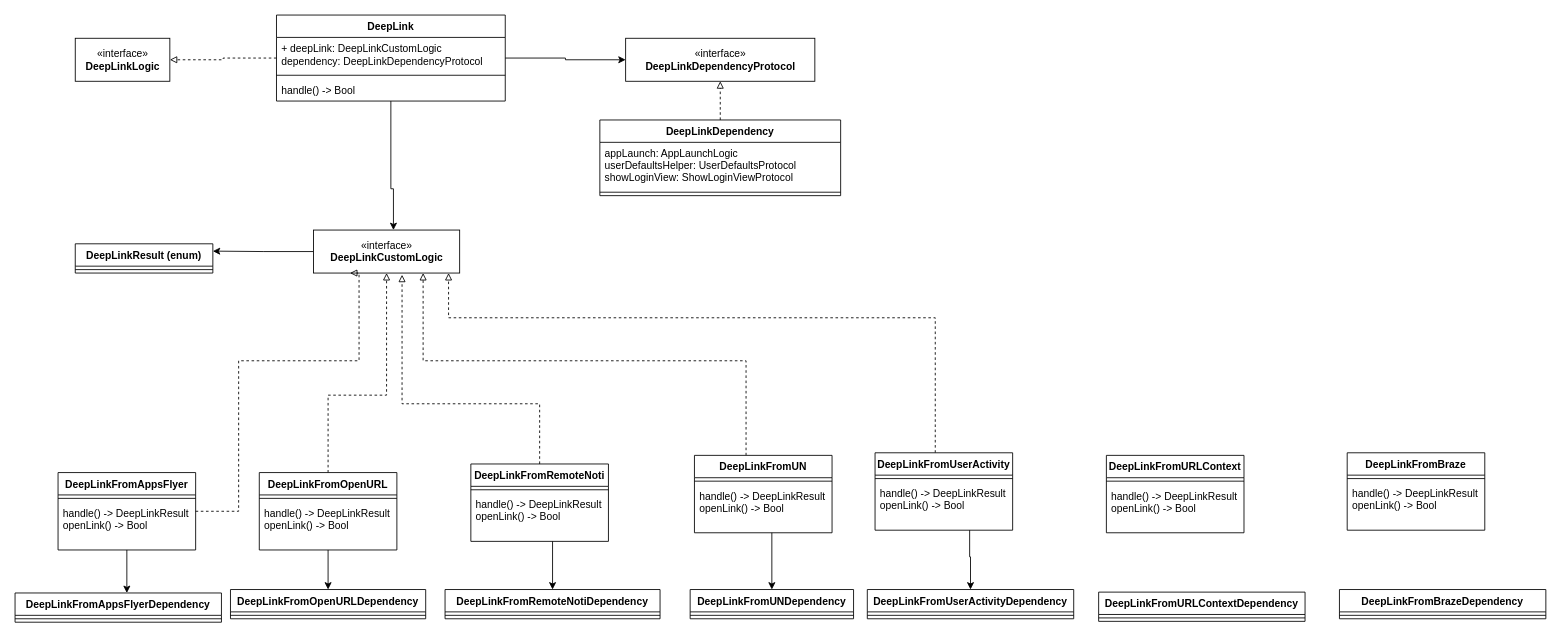
Earlier version of the draw.io diagram page "Page-1" (1 of 2) of refactoringDeeplinking.drawio (gookhee/diagrams). Source tidied: cells renumbered, new cells numbered last; positions are measured from the earlier drawing's top-left corner, leaving out a move shared by most shapes. Both pictures are drawn from the tidied source at 86%, with x=0, y=0 at pixel (15, 15).
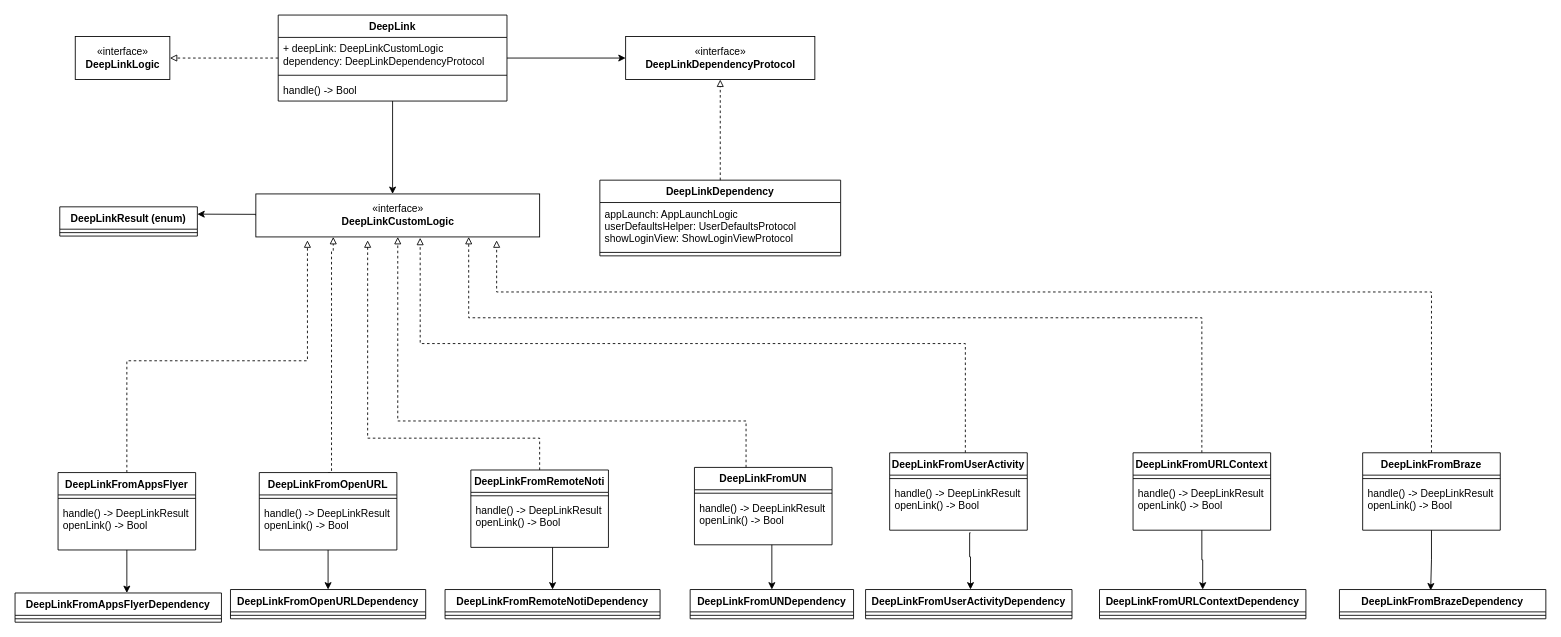
The same page after the edit.

The change refers to these unchanged cells:
```xml
<mxCell id="20" value="DeepLinkFromAppsFlyer" style="swimlane;fontStyle=1;align=center;verticalAlign=top;horizontal=1;startSize=26;" parent="1" vertex="1">
  <mxGeometry x="50" y="532" width="160" height="90" as="geometry" />
</mxCell>
<mxCell id="26" value="handle() -&gt; DeepLinkResult&#10;openLink() -&gt; Bool" style="text;strokeColor=none;fillColor=none;align=left;verticalAlign=top;spacingLeft=4;spacingRight=4;overflow=hidden;points=[[0,0.5],[1,0.5]];portConstraint=eastwest;" parent="24" vertex="1">
  <mxGeometry y="34" width="160" height="56" as="geometry" />
</mxCell>
<mxCell id="29" value="DeepLinkFromOpenURL" style="swimlane;fontStyle=1;align=center;verticalAlign=top;horizontal=1;startSize=26;" parent="1" vertex="1">
  <mxGeometry x="284" y="532" width="160" height="90" as="geometry" />
</mxCell>
<mxCell id="62" value="DeepLinkFromBrazeDependency" style="swimlane;fontStyle=1;align=center;verticalAlign=top;horizontal=1;startSize=26;" parent="1" vertex="1">
  <mxGeometry x="1540" y="668" width="240" height="34" as="geometry" />
</mxCell>
```

Change to the diagram source:
```diff
@@
     <mxCell id="3" style="edgeStyle=orthogonalEdgeStyle;rounded=0;jettySize=auto;html=1;endArrow=classic;endFill=1;" parent="1" edge="1" source="5" target="11">
       <mxGeometry relative="1" as="geometry">
         <Array as="points">
-          <mxPoint x="437" y="202" />
-          <mxPoint x="440" y="202" />
+          <mxPoint x="437" y="232" />
+          <mxPoint x="437" y="232" />
         </Array>
       </mxGeometry>
     </mxCell>
@@
     <mxCell id="5" value="DeepLink" style="swimlane;fontStyle=1;align=center;verticalAlign=top;horizontal=1;startSize=26;" parent="1" vertex="1">
-      <mxGeometry x="304" width="266" height="100" as="geometry" />
+      <mxGeometry x="306" width="266" height="100" as="geometry" />
     </mxCell>
@@
     <mxCell id="9" value="«interface»&lt;br&gt;&lt;b&gt;DeepLinkLogic&lt;/b&gt;" style="html=1;" parent="1" vertex="1">
-      <mxGeometry x="70" y="27" width="110" height="50" as="geometry" />
+      <mxGeometry x="70" y="25" width="110" height="50" as="geometry" />
     </mxCell>
-    <mxCell id="10" style="edgeStyle=orthogonalEdgeStyle;rounded=0;jettySize=auto;html=1;entryX=1;entryY=0.25;entryDx=0;entryDy=0;" parent="1" edge="1" source="11" target="12">
-      <mxGeometry relative="1" as="geometry" />
+    <mxCell id="10" style="edgeStyle=orthogonalEdgeStyle;rounded=0;jettySize=auto;html=1;entryX=1;entryY=0.25;entryDx=0;entryDy=0;exitX=0;exitY=0.5;exitDx=0;exitDy=0;" parent="1" edge="1" source="11" target="12">
+      <mxGeometry relative="1" as="geometry">
+        <Array as="points">
+          <mxPoint x="349" y="232" />
+          <mxPoint x="208" y="232" />
+        </Array>
+      </mxGeometry>
     </mxCell>
     <mxCell id="11" value="«interface»&lt;br&gt;&lt;b&gt;DeepLinkCustomLogic&lt;/b&gt;" style="html=1;" parent="1" vertex="1">
-      <mxGeometry x="347" y="250" width="170" height="50" as="geometry" />
+      <mxGeometry x="280" y="208" width="330" height="50" as="geometry" />
     </mxCell>
     <mxCell id="12" value="DeepLinkResult (enum)" style="swimlane;fontStyle=1;align=center;verticalAlign=top;horizontal=1;startSize=26;" parent="1" vertex="1">
-      <mxGeometry x="70" y="266" width="160" height="34" as="geometry" />
+      <mxGeometry x="52" y="223" width="160" height="34" as="geometry" />
     </mxCell>
@@
     <mxCell id="14" value="DeepLinkDependency" style="swimlane;fontStyle=1;align=center;verticalAlign=top;horizontal=1;startSize=26;" parent="1" vertex="1">
-      <mxGeometry x="680" y="122" width="280" height="88" as="geometry" />
+      <mxGeometry x="680" y="192" width="280" height="88" as="geometry" />
     </mxCell>
@@
     <mxCell id="17" value="«interface»&lt;br&gt;&lt;b&gt;DeepLinkDependencyProtocol&lt;/b&gt;" style="html=1;" parent="1" vertex="1">
-      <mxGeometry x="710" y="27" width="220" height="50" as="geometry" />
+      <mxGeometry x="710" y="25" width="220" height="50" as="geometry" />
     </mxCell>
@@
-    <mxCell id="19" style="edgeStyle=orthogonalEdgeStyle;rounded=0;jettySize=auto;html=1;endArrow=block;endFill=0;dashed=1;entryX=0.25;entryY=1;entryDx=0;entryDy=0;" parent="1" edge="1" source="20" target="11">
+    <mxCell id="19" style="edgeStyle=orthogonalEdgeStyle;rounded=0;jettySize=auto;html=1;endArrow=block;endFill=0;dashed=1;" parent="1" edge="1" source="20">
       <mxGeometry relative="1" as="geometry">
+        <mxPoint x="340" y="262" as="targetPoint" />
         <Array as="points">
-          <mxPoint x="260" y="577" />
-          <mxPoint x="260" y="402" />
-          <mxPoint x="400" y="402" />
-          <mxPoint x="400" y="300" />
+          <mxPoint x="130" y="402" />
+          <mxPoint x="340" y="402" />
         </Array>
       </mxGeometry>
     </mxCell>
@@
-    <mxCell id="23" style="edgeStyle=orthogonalEdgeStyle;rounded=0;jettySize=auto;html=1;entryX=0.924;entryY=1;entryDx=0;entryDy=0;entryPerimeter=0;dashed=1;endArrow=block;endFill=0;" parent="1" edge="1" source="24" target="11">
+    <mxCell id="23" style="edgeStyle=orthogonalEdgeStyle;rounded=0;jettySize=auto;html=1;dashed=1;endArrow=block;endFill=0;entryX=0.579;entryY=1.02;entryDx=0;entryDy=0;entryPerimeter=0;" parent="1" edge="1" target="11">
       <mxGeometry relative="1" as="geometry">
+        <mxPoint x="1105" y="509" as="sourcePoint" />
         <Array as="points">
-          <mxPoint x="1070" y="352" />
-          <mxPoint x="504" y="352" />
+          <mxPoint x="1105" y="382" />
+          <mxPoint x="471" y="382" />
         </Array>
       </mxGeometry>
     </mxCell>
     <mxCell id="24" value="DeepLinkFromUserActivity" style="swimlane;fontStyle=1;align=center;verticalAlign=top;horizontal=1;startSize=26;" parent="1" vertex="1">
-      <mxGeometry x="1000" y="509" width="160" height="90" as="geometry" />
+      <mxGeometry x="1017" y="509" width="160" height="90" as="geometry" />
     </mxCell>
@@
-    <mxCell id="28" style="edgeStyle=orthogonalEdgeStyle;rounded=0;jettySize=auto;html=1;dashed=1;endArrow=block;endFill=0;entryX=0.5;entryY=1;entryDx=0;entryDy=0;" parent="1" edge="1" source="29" target="11">
+    <mxCell id="28" style="edgeStyle=orthogonalEdgeStyle;rounded=0;jettySize=auto;html=1;dashed=1;endArrow=block;endFill=0;entryX=0.5;entryY=1;entryDx=0;entryDy=0;exitX=0.5;exitY=0;exitDx=0;exitDy=0;" parent="1" edge="1" source="29">
       <mxGeometry relative="1" as="geometry">
+        <mxPoint x="370" y="258" as="targetPoint" />
         <Array as="points">
-          <mxPoint x="364" y="442" />
-          <mxPoint x="432" y="442" />
+          <mxPoint x="368" y="532" />
+          <mxPoint x="368" y="275" />
+          <mxPoint x="370" y="275" />
         </Array>
       </mxGeometry>
     </mxCell>
@@
     <mxCell id="32" style="edgeStyle=orthogonalEdgeStyle;rounded=0;jettySize=auto;html=1;dashed=1;endArrow=block;endFill=0;" parent="1" edge="1" source="33">
       <mxGeometry relative="1" as="geometry">
-        <mxPoint x="450" y="302" as="targetPoint" />
+        <mxPoint x="410" y="262" as="targetPoint" />
         <Array as="points">
-          <mxPoint x="610" y="452" />
-          <mxPoint x="450" y="452" />
+          <mxPoint x="610" y="492" />
+          <mxPoint x="410" y="492" />
         </Array>
       </mxGeometry>
     </mxCell>
     <mxCell id="33" value="DeepLinkFromRemoteNoti" style="swimlane;fontStyle=1;align=center;verticalAlign=top;horizontal=1;startSize=26;" parent="1" vertex="1">
-      <mxGeometry x="530" y="522" width="160" height="90" as="geometry" />
+      <mxGeometry x="530" y="529" width="160" height="90" as="geometry" />
     </mxCell>
@@
-    <mxCell id="36" style="edgeStyle=orthogonalEdgeStyle;rounded=0;jettySize=auto;html=1;entryX=0.75;entryY=1;entryDx=0;entryDy=0;dashed=1;endArrow=block;endFill=0;" parent="1" edge="1" source="37" target="11">
+    <mxCell id="36" style="edgeStyle=orthogonalEdgeStyle;rounded=0;jettySize=auto;html=1;entryX=0.5;entryY=1;entryDx=0;entryDy=0;dashed=1;endArrow=block;endFill=0;" parent="1" edge="1" source="37" target="11">
       <mxGeometry relative="1" as="geometry">
         <Array as="points">
-          <mxPoint x="850" y="402" />
-          <mxPoint x="475" y="402" />
+          <mxPoint x="850" y="472" />
+          <mxPoint x="445" y="472" />
         </Array>
       </mxGeometry>
     </mxCell>
     <mxCell id="37" value="DeepLinkFromUN" style="swimlane;fontStyle=1;align=center;verticalAlign=top;horizontal=1;startSize=26;" parent="1" vertex="1">
-      <mxGeometry x="790" y="512" width="160" height="90" as="geometry" />
+      <mxGeometry x="790" y="526" width="160" height="90" as="geometry" />
     </mxCell>
@@
     <mxCell id="42" value="DeepLinkFromUserActivityDependency" style="swimlane;fontStyle=1;align=center;verticalAlign=top;horizontal=1;startSize=26;" parent="1" vertex="1">
-      <mxGeometry x="991" y="668" width="240" height="34" as="geometry" />
+      <mxGeometry x="989" y="668" width="240" height="34" as="geometry" />
     </mxCell>
@@
-    <mxCell id="53" style="edgeStyle=orthogonalEdgeStyle;rounded=0;jettySize=auto;html=1;endArrow=classic;endFill=1;" parent="1" edge="1" source="26" target="42">
+    <mxCell id="53" style="edgeStyle=orthogonalEdgeStyle;rounded=0;jettySize=auto;html=1;endArrow=classic;endFill=1;" parent="1" edge="1" target="42">
       <mxGeometry relative="1" as="geometry">
+        <mxPoint x="1111" y="602" as="sourcePoint" />
         <Array as="points">
           <mxPoint x="1110" y="630" />
           <mxPoint x="1111" y="630" />
         </Array>
       </mxGeometry>
     </mxCell>
+    <mxCell id="64" style="edgeStyle=orthogonalEdgeStyle;rounded=0;jettySize=auto;html=1;entryX=0.75;entryY=1;entryDx=0;entryDy=0;dashed=1;endArrow=block;endFill=0;" parent="1" edge="1" source="54" target="11">
+      <mxGeometry relative="1" as="geometry">
+        <Array as="points">
+          <mxPoint x="1380" y="352" />
+          <mxPoint x="528" y="352" />
+        </Array>
+      </mxGeometry>
+    </mxCell>
+    <mxCell id="65" style="edgeStyle=orthogonalEdgeStyle;rounded=0;jettySize=auto;html=1;entryX=0.5;entryY=0;entryDx=0;entryDy=0;endArrow=classic;endFill=1;" parent="1" edge="1" source="54" target="57">
+      <mxGeometry relative="1" as="geometry" />
+    </mxCell>
     <mxCell id="54" value="DeepLinkFromURLContext" style="swimlane;fontStyle=1;align=center;verticalAlign=top;horizontal=1;startSize=26;" parent="1" vertex="1">
-      <mxGeometry x="1269" y="512" width="160" height="90" as="geometry" />
+      <mxGeometry x="1300" y="509" width="160" height="90" as="geometry" />
     </mxCell>
@@
     <mxCell id="57" value="DeepLinkFromURLContextDependency" style="swimlane;fontStyle=1;align=center;verticalAlign=top;horizontal=1;startSize=26;" parent="1" vertex="1">
-      <mxGeometry x="1260" y="671" width="240" height="34" as="geometry" />
+      <mxGeometry x="1261" y="668" width="240" height="34" as="geometry" />
     </mxCell>
@@
+    <mxCell id="66" style="edgeStyle=orthogonalEdgeStyle;rounded=0;jettySize=auto;html=1;dashed=1;endArrow=block;endFill=0;" parent="1" edge="1" source="59">
+      <mxGeometry relative="1" as="geometry">
+        <mxPoint x="560" y="262" as="targetPoint" />
+        <Array as="points">
+          <mxPoint x="1647" y="322" />
+          <mxPoint x="560" y="322" />
+        </Array>
+      </mxGeometry>
+    </mxCell>
+    <mxCell id="67" style="edgeStyle=orthogonalEdgeStyle;rounded=0;jettySize=auto;html=1;entryX=0.442;entryY=0.029;entryDx=0;entryDy=0;entryPerimeter=0;endArrow=classic;endFill=1;" parent="1" edge="1" source="59" target="62">
+      <mxGeometry relative="1" as="geometry" />
+    </mxCell>
     <mxCell id="59" value="DeepLinkFromBraze" style="swimlane;fontStyle=1;align=center;verticalAlign=top;horizontal=1;startSize=26;" parent="1" vertex="1">
-      <mxGeometry x="1549" y="509" width="160" height="90" as="geometry" />
+      <mxGeometry x="1567" y="509" width="160" height="90" as="geometry" />
     </mxCell>
```
